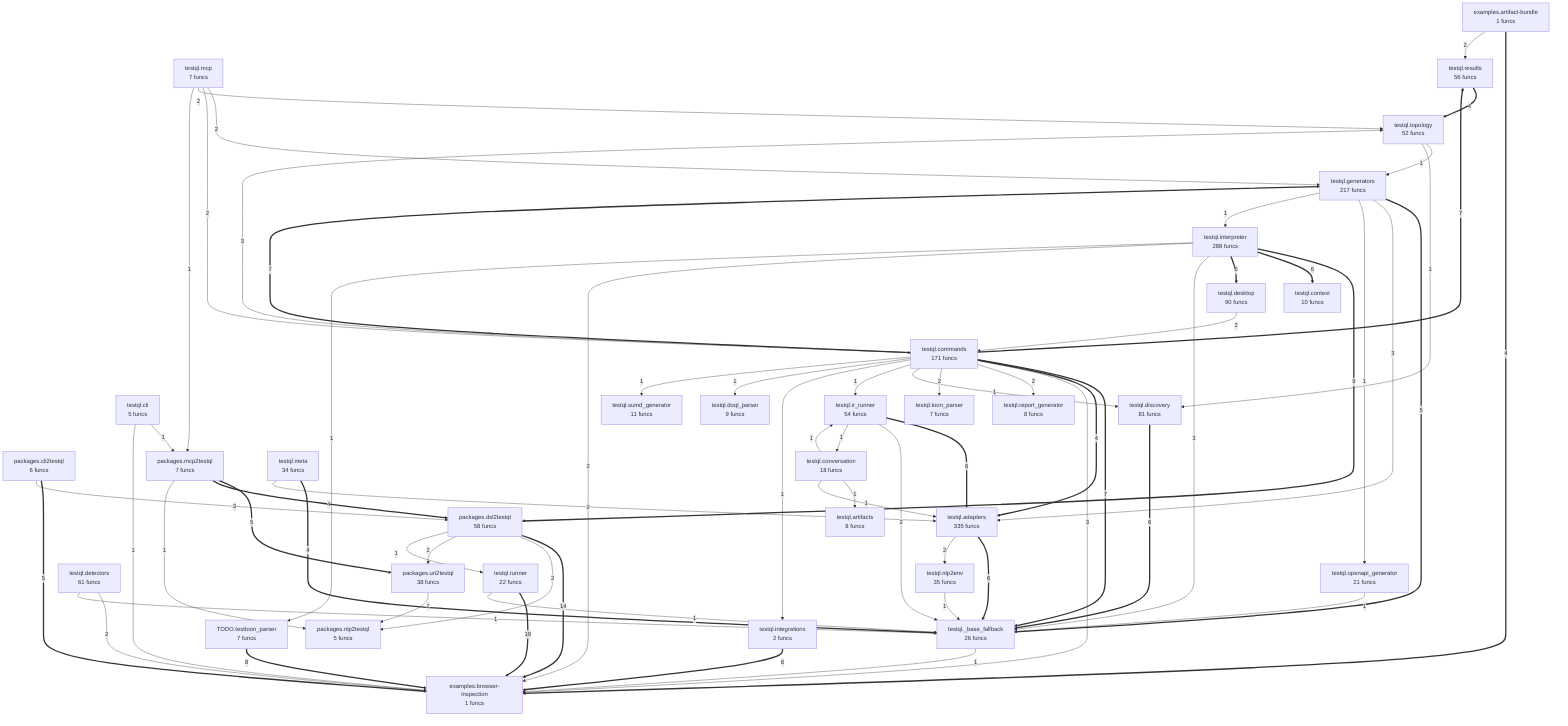
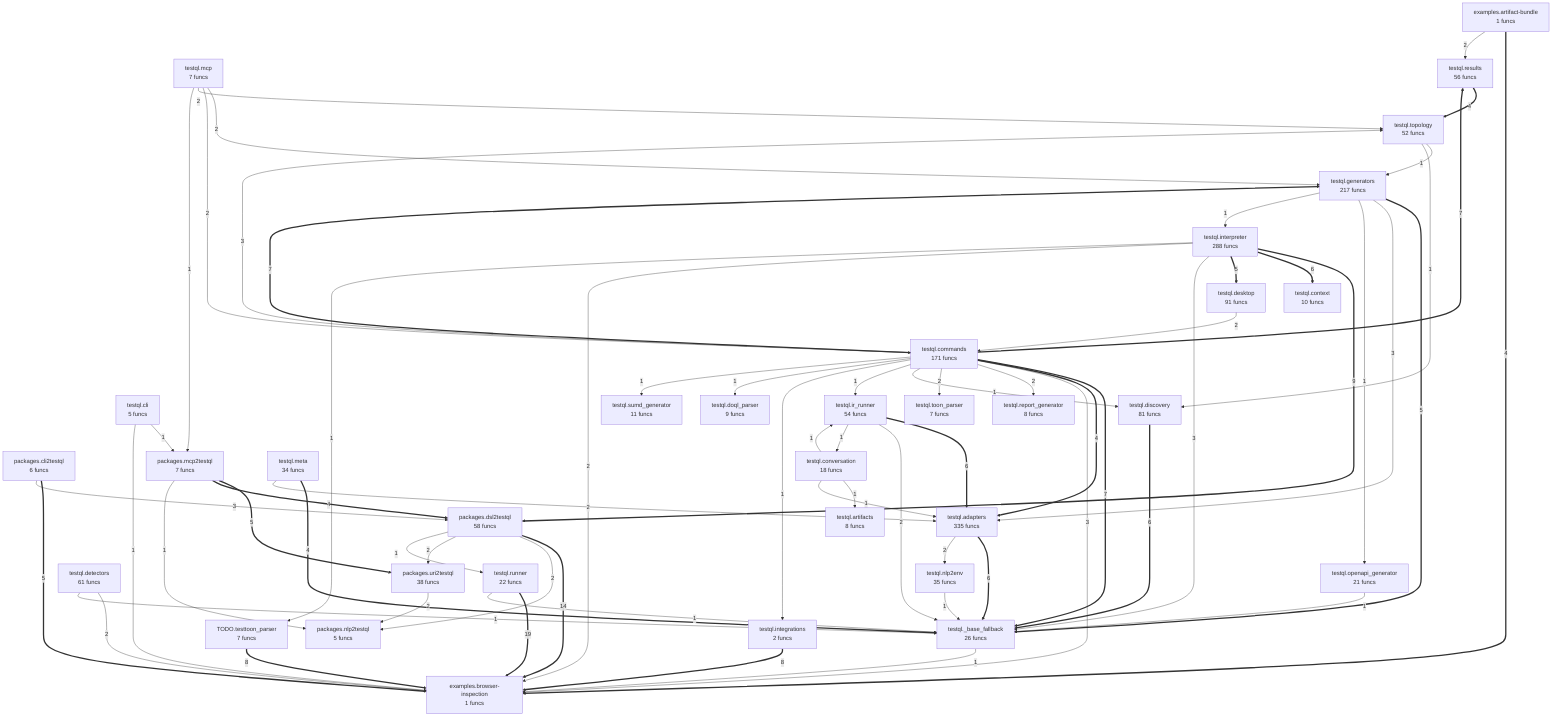
flowchart TD
- %% generated in 0.06s
+ %% generated in 0.04s
    TODO__testtoon_parser["TODO.testtoon_parser<br/>7 funcs"]
    examples__artifact_bundle["examples.artifact-bundle<br/>1 funcs"]
    examples__browser_inspection["examples.browser-inspection<br/>1 funcs"]
    packages__cli2testql["packages.cli2testql<br/>6 funcs"]
    packages__dsl2testql["packages.dsl2testql<br/>58 funcs"]
    packages__mcp2testql["packages.mcp2testql<br/>7 funcs"]
    packages__nlp2testql["packages.nlp2testql<br/>5 funcs"]
    packages__uri2testql["packages.uri2testql<br/>38 funcs"]
    testql___base_fallback["testql._base_fallback<br/>26 funcs"]
    testql__adapters["testql.adapters<br/>335 funcs"]
    testql__artifacts["testql.artifacts<br/>8 funcs"]
    testql__cli["testql.cli<br/>5 funcs"]
    testql__commands["testql.commands<br/>171 funcs"]
    testql__context["testql.context<br/>10 funcs"]
    testql__conversation["testql.conversation<br/>18 funcs"]
-     testql__desktop["testql.desktop<br/>90 funcs"]
+     testql__desktop["testql.desktop<br/>91 funcs"]
    testql__detectors["testql.detectors<br/>61 funcs"]
    testql__discovery["testql.discovery<br/>81 funcs"]
    testql__doql_parser["testql.doql_parser<br/>9 funcs"]
    testql__generators["testql.generators<br/>217 funcs"]
    testql__integrations["testql.integrations<br/>2 funcs"]
    testql__interpreter["testql.interpreter<br/>288 funcs"]
    testql__ir_runner["testql.ir_runner<br/>54 funcs"]
    testql__mcp["testql.mcp<br/>7 funcs"]
    testql__meta["testql.meta<br/>34 funcs"]
    testql__nlp2env["testql.nlp2env<br/>35 funcs"]
    testql__openapi_generator["testql.openapi_generator<br/>21 funcs"]
    testql__report_generator["testql.report_generator<br/>8 funcs"]
    testql__results["testql.results<br/>56 funcs"]
    testql__runner["testql.runner<br/>22 funcs"]
    testql__sumd_generator["testql.sumd_generator<br/>11 funcs"]
    testql__toon_parser["testql.toon_parser<br/>7 funcs"]
    testql__topology["testql.topology<br/>52 funcs"]
    testql__runner ==>|19| examples__browser_inspection
    packages__dsl2testql ==>|14| examples__browser_inspection
    testql__interpreter ==>|9| packages__dsl2testql
    TODO__testtoon_parser ==>|8| examples__browser_inspection
    testql__integrations ==>|8| examples__browser_inspection
    testql__commands ==>|7| testql___base_fallback
    testql__commands ==>|7| testql__generators
    testql__commands ==>|7| testql__results
    testql__interpreter ==>|6| testql__context
    testql__discovery ==>|6| testql___base_fallback
    testql__adapters ==>|6| testql___base_fallback
    testql__ir_runner ==>|6| testql__adapters
    packages__mcp2testql ==>|5| packages__uri2testql
+     packages__cli2testql ==>|5| examples__browser_inspection
    testql__interpreter ==>|5| testql__desktop
    testql__generators ==>|5| testql___base_fallback
-     packages__cli2testql ==>|5| examples__browser_inspection
    packages__mcp2testql ==>|4| packages__dsl2testql
    examples__artifact_bundle ==>|4| examples__browser_inspection
    testql__commands ==>|4| testql__adapters
    testql__results ==>|4| testql__topology
    testql__meta ==>|4| testql___base_fallback
+     packages__cli2testql -->|3| packages__dsl2testql
    testql__commands -->|3| testql__topology
    testql__commands -->|3| examples__browser_inspection
    testql__interpreter -->|3| testql___base_fallback
    testql__generators -->|3| testql__adapters
-     packages__cli2testql -->|3| packages__dsl2testql
    packages__dsl2testql -->|2| packages__nlp2testql
    packages__dsl2testql -->|2| packages__uri2testql
    packages__uri2testql -->|2| packages__nlp2testql
    examples__artifact_bundle -->|2| testql__results
    testql__commands -->|2| testql__report_generator
    testql__commands -->|2| testql__toon_parser
    testql__interpreter -->|2| examples__browser_inspection
    testql__desktop -->|2| testql__commands
    testql__adapters -->|2| testql__nlp2env
    testql__mcp -->|2| testql__generators
    testql__mcp -->|2| testql__commands
    testql__mcp -->|2| testql__topology
    testql__meta -->|2| testql__adapters
    testql__detectors -->|2| examples__browser_inspection
    testql__ir_runner -->|2| testql___base_fallback
    packages__dsl2testql -->|1| testql__runner
    packages__mcp2testql -->|1| packages__nlp2testql
    testql__cli -->|1| packages__mcp2testql
    testql__cli -->|1| examples__browser_inspection
    testql__runner -->|1| testql___base_fallback
    testql__openapi_generator -->|1| testql___base_fallback
    testql___base_fallback -->|1| examples__browser_inspection
    testql__commands -->|1| testql__discovery
    testql__commands -->|1| testql__ir_runner
    testql__commands -->|1| testql__integrations
    testql__commands -->|1| testql__doql_parser
    testql__commands -->|1| testql__sumd_generator
    testql__interpreter -->|1| TODO__testtoon_parser
    testql__conversation -->|1| testql__artifacts
    testql__conversation -->|1| testql__adapters
    testql__conversation -->|1| testql__ir_runner
    testql__generators -->|1| testql__openapi_generator
    testql__generators -->|1| testql__interpreter
    testql__mcp -->|1| packages__mcp2testql
    testql__nlp2env -->|1| testql___base_fallback
    testql__detectors -->|1| testql___base_fallback
    testql__ir_runner -->|1| testql__conversation
    testql__topology -->|1| testql__generators
    testql__topology -->|1| testql__discovery
